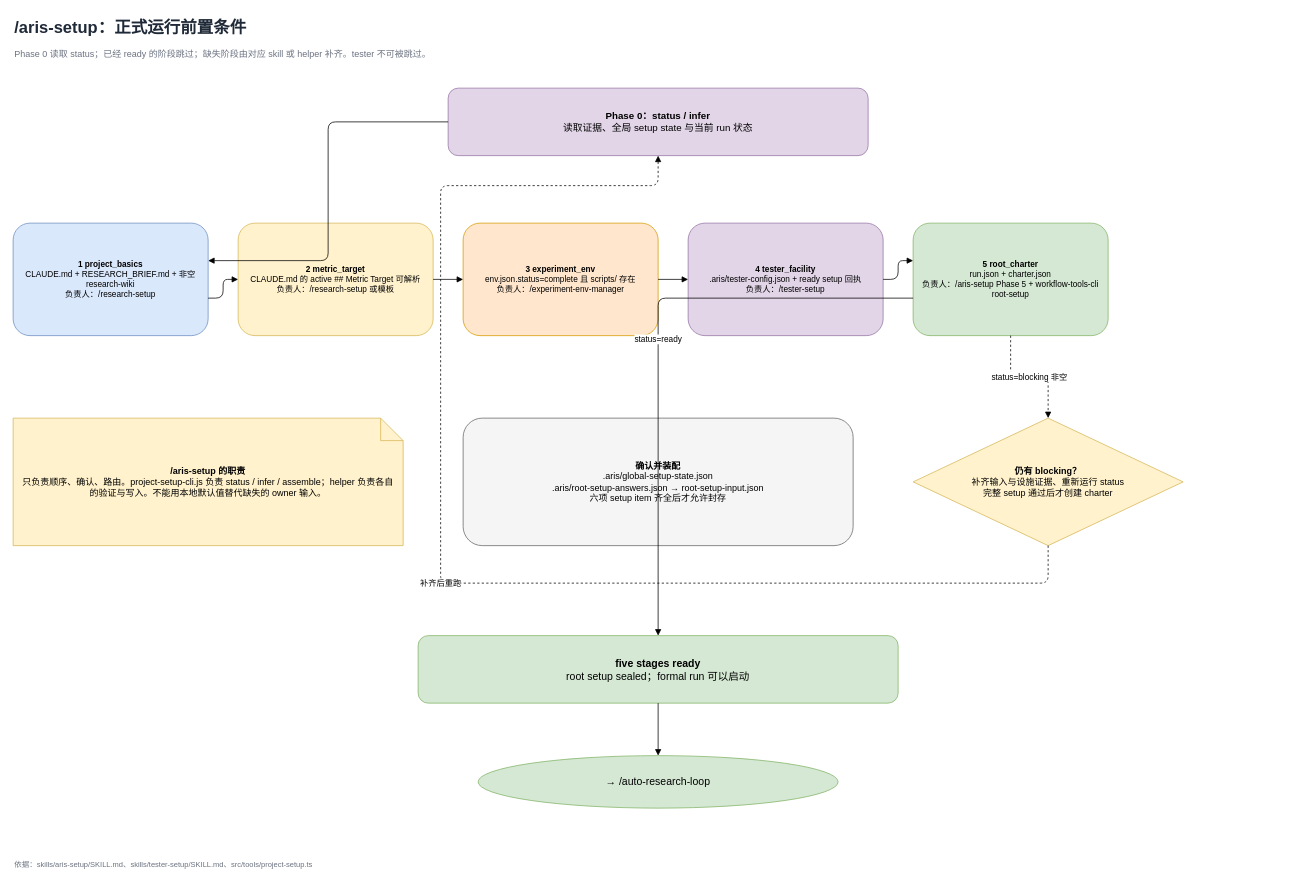
Earlier version of the draw.io diagram page "01 /aris-setup 五阶段" (2 of 6) of packages/Auto-claude-code-research-in-sleep/docs/auto-research-loop-and-skills-flow.drawio (justforyou16007/paseo). Source tidied: cells renumbered, new cells numbered last; positions are measured from the earlier drawing's top-left corner, leaving out a move shared by most shapes. Both pictures are drawn from the tidied source at 75%, with x=0, y=0 at pixel (13, 13).
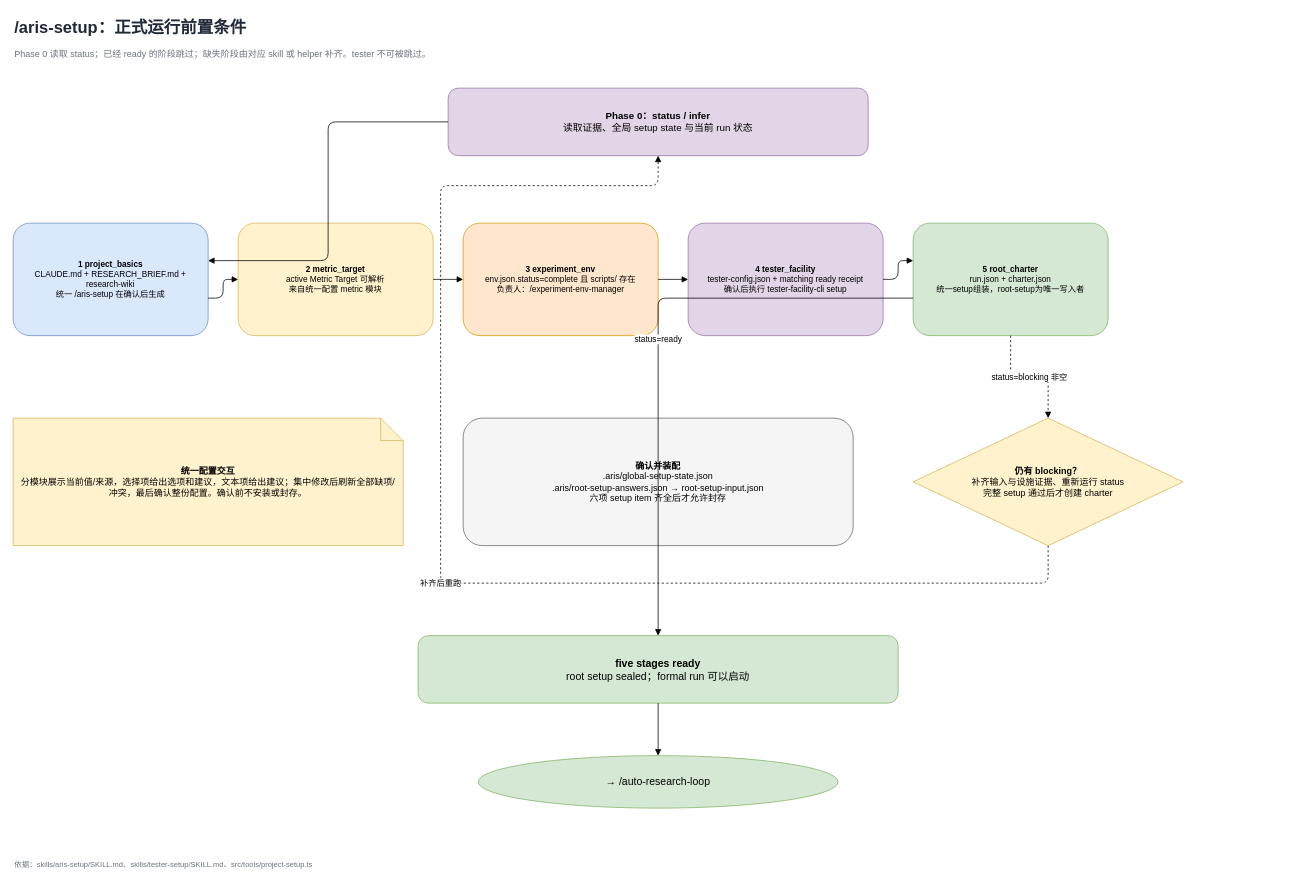
The same diagram, later.

The edit, as a diff of the source:
```diff
@@
-    <mxCell id="5" value="&lt;b&gt;1 project_basics&lt;/b&gt;&lt;br&gt;CLAUDE.md + RESEARCH_BRIEF.md + 非空 research-wiki&lt;br&gt;负责人：/research-setup" style="rounded=1;whiteSpace=wrap;html=1;fillColor=#dae8fc;strokeColor=#6c8ebf;fontSize=11;spacing=7;" parent="1" vertex="1">
+    <mxCell id="5" value="&lt;b&gt;1 project_basics&lt;/b&gt;&lt;br&gt;CLAUDE.md + RESEARCH_BRIEF.md + research-wiki&lt;br&gt;统一 /aris-setup 在确认后生成" style="rounded=1;whiteSpace=wrap;html=1;fillColor=#dae8fc;strokeColor=#6c8ebf;fontSize=11;spacing=7;" parent="1" vertex="1">
       <mxGeometry y="280" width="260" height="150" as="geometry" />
     </mxCell>
-    <mxCell id="6" value="&lt;b&gt;2 metric_target&lt;/b&gt;&lt;br&gt;CLAUDE.md 的 active ## Metric Target 可解析&lt;br&gt;负责人：/research-setup 或模板" style="rounded=1;whiteSpace=wrap;html=1;fillColor=#fff2cc;strokeColor=#d6b656;fontSize=11;spacing=7;" parent="1" vertex="1">
+    <mxCell id="6" value="&lt;b&gt;2 metric_target&lt;/b&gt;&lt;br&gt;active Metric Target 可解析&lt;br&gt;来自统一配置 metric 模块" style="rounded=1;whiteSpace=wrap;html=1;fillColor=#fff2cc;strokeColor=#d6b656;fontSize=11;spacing=7;" parent="1" vertex="1">
       <mxGeometry x="300" y="280" width="260" height="150" as="geometry" />
     </mxCell>
@@
-    <mxCell id="8" value="&lt;b&gt;4 tester_facility&lt;/b&gt;&lt;br&gt;.aris/tester-config.json + ready setup 回执&lt;br&gt;负责人：/tester-setup" style="rounded=1;whiteSpace=wrap;html=1;fillColor=#e1d5e7;strokeColor=#9673a6;fontSize=11;spacing=7;" parent="1" vertex="1">
+    <mxCell id="8" value="&lt;b&gt;4 tester_facility&lt;/b&gt;&lt;br&gt;tester-config.json + matching ready receipt&lt;br&gt;确认后执行 tester-facility-cli setup" style="rounded=1;whiteSpace=wrap;html=1;fillColor=#e1d5e7;strokeColor=#9673a6;fontSize=11;spacing=7;" parent="1" vertex="1">
       <mxGeometry x="900" y="280" width="260" height="150" as="geometry" />
     </mxCell>
-    <mxCell id="9" value="&lt;b&gt;5 root_charter&lt;/b&gt;&lt;br&gt;run.json + charter.json&lt;br&gt;负责人：/aris-setup Phase 5 + workflow-tools-cli root-setup" style="rounded=1;whiteSpace=wrap;html=1;fillColor=#d5e8d4;strokeColor=#82b366;fontSize=11;spacing=7;" parent="1" vertex="1">
+    <mxCell id="9" value="&lt;b&gt;5 root_charter&lt;/b&gt;&lt;br&gt;run.json + charter.json&lt;br&gt;统一setup组装，root-setup为唯一写入者" style="rounded=1;whiteSpace=wrap;html=1;fillColor=#d5e8d4;strokeColor=#82b366;fontSize=11;spacing=7;" parent="1" vertex="1">
       <mxGeometry x="1200" y="280" width="260" height="150" as="geometry" />
     </mxCell>
-    <mxCell id="10" value="&lt;b&gt;/aris-setup 的职责&lt;/b&gt;&lt;br&gt;只负责顺序、确认、路由。project-setup-cli.js 负责 status / infer / assemble；helper 负责各自的验证与写入。不能用本地默认值替代缺失的 owner 输入。" style="shape=note;whiteSpace=wrap;html=1;backgroundOutline=1;fillColor=#fff2cc;strokeColor=#d6b656;fontSize=12;spacing=8;" parent="1" vertex="1">
+    <mxCell id="10" value="&lt;b&gt;统一配置交互&lt;/b&gt;&lt;br&gt;分模块展示当前值/来源，选择项给出选项和建议，文本项给出建议；集中修改后刷新全部缺项/冲突，最后确认整份配置。确认前不安装或封存。" style="shape=note;whiteSpace=wrap;html=1;backgroundOutline=1;fillColor=#fff2cc;strokeColor=#d6b656;fontSize=12;spacing=8;" parent="1" vertex="1">
       <mxGeometry y="540" width="520" height="170" as="geometry" />
     </mxCell>
```
